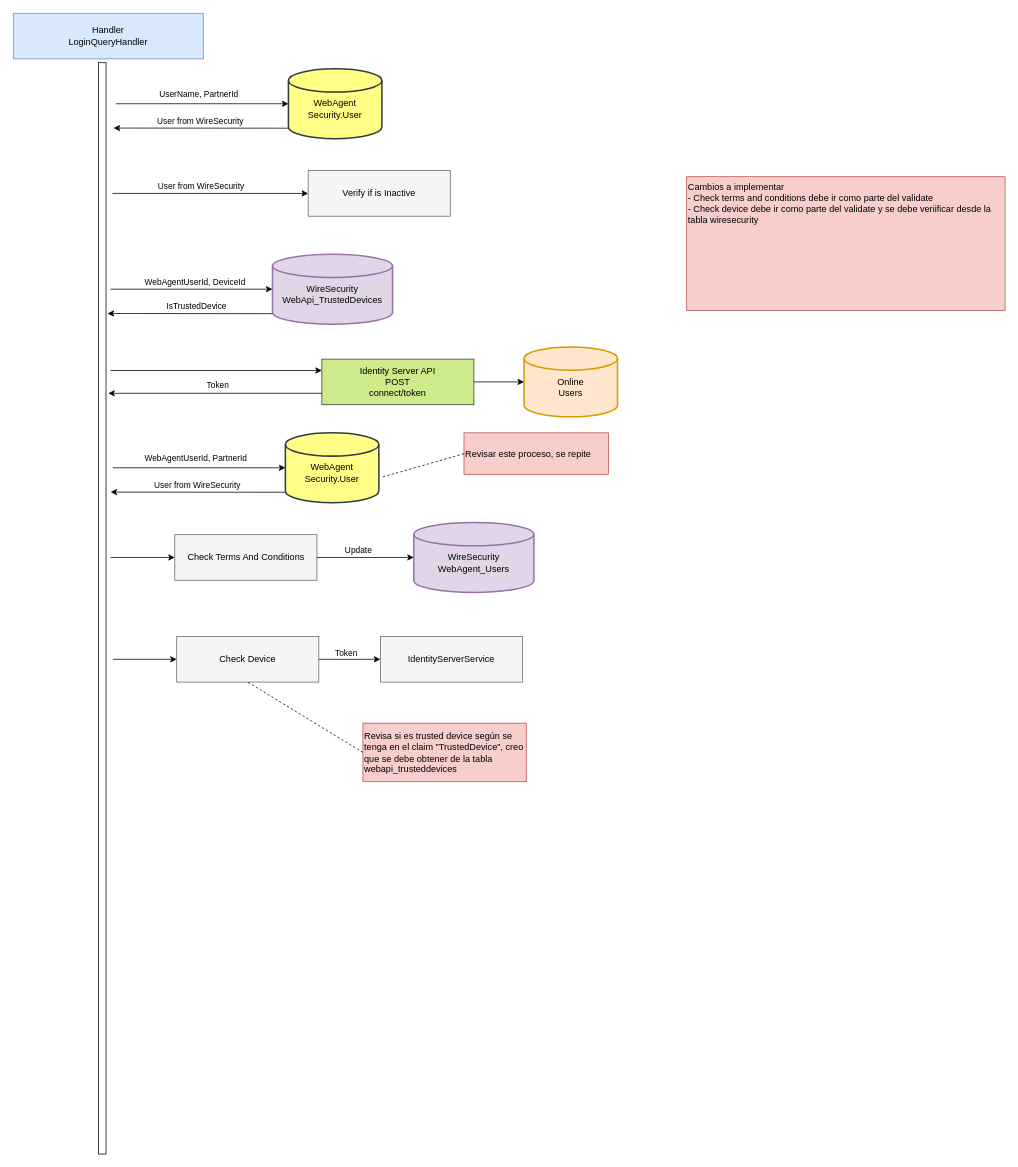
Before: user-api-post-api-auth-login.drawio in notariopablomarcelo/intermex, a draw.io diagram. Source tidied: cells renumbered, new cells numbered last; positions are measured from the earlier drawing's top-left corner, leaving out a move shared by most shapes. Both pictures are drawn from the tidied source at 76%, with x=0, y=0 at pixel (13, 13).
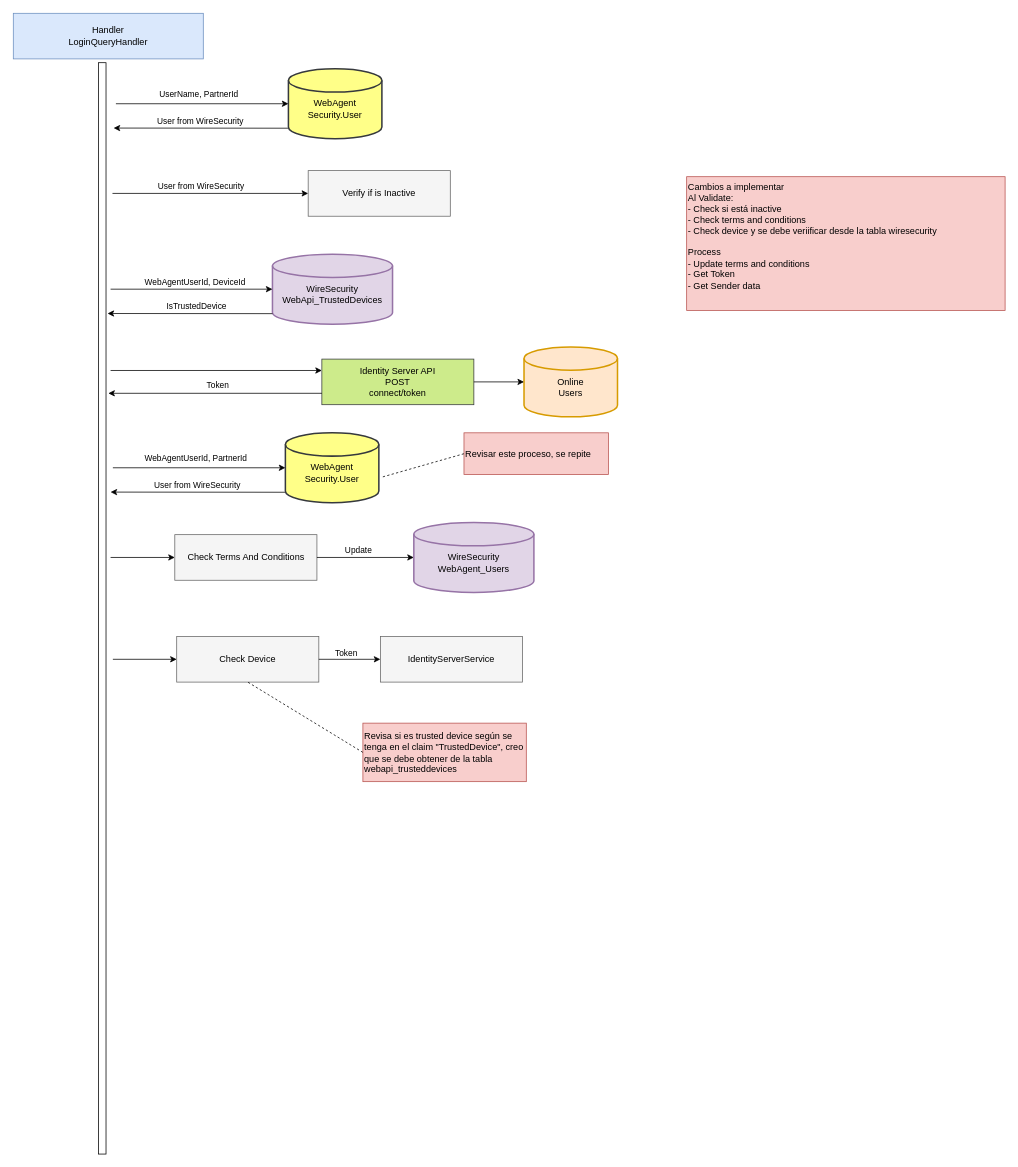
After the change.

Diff of the diagram source:
```diff
@@
-    <mxCell id="42" value="Cambios a implementar&lt;br&gt;- Check terms and conditions debe ir como parte del validate&lt;br&gt;- Check device debe ir como parte del validate y se debe veriificar desde la tabla wiresecurity" style="text;html=1;strokeColor=#b85450;fillColor=#f8cecc;align=left;verticalAlign=top;whiteSpace=wrap;rounded=0;" parent="1" vertex="1">
+    <mxCell id="42" value="Cambios a implementar&lt;br&gt;Al Validate:&amp;nbsp;&lt;br&gt;- Check si está inactive&lt;br&gt;- Check terms and conditions&lt;br&gt;- Check device y se debe veriificar desde la tabla wiresecurity&lt;br&gt;&lt;br&gt;Process&lt;br&gt;- Update terms and conditions&lt;br&gt;- Get Token&lt;br&gt;- Get Sender data" style="text;html=1;strokeColor=#b85450;fillColor=#f8cecc;align=left;verticalAlign=top;whiteSpace=wrap;rounded=0;" parent="1" vertex="1">
       <mxGeometry x="886" y="215" width="419" height="176" as="geometry" />
     </mxCell>
```
